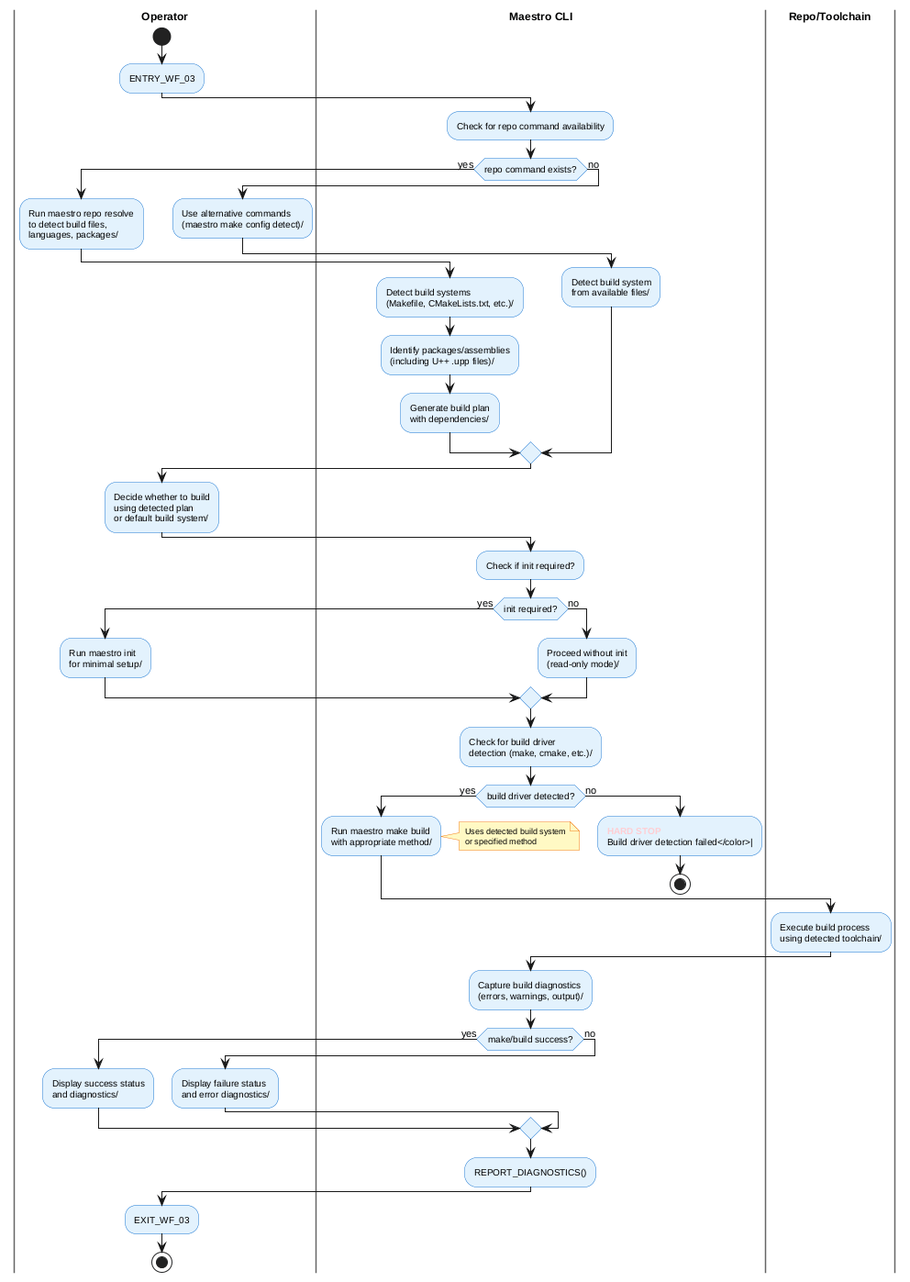
This is docs/workflows/scenario_03_readonly_repo_inspect_build.png from SeppoPakonen/Maestro, a PlantUML export, as it was before one commit. The source it was exported from:
```plantuml
@startuml
!include _shared.puml

|Operator|
start
:ENTRY_WF_03;

|Maestro CLI|
:Check for repo command availability;

if (repo command exists?) then (yes)
  |Operator|
  :Run maestro repo resolve
  to detect build files,
  languages, packages/;

  |Maestro CLI|
  :Detect build systems
  (Makefile, CMakeLists.txt, etc.)/;

  |Maestro CLI|
  :Identify packages/assemblies
  (including U++ .upp files)/;

  |Maestro CLI|
  :Generate build plan
  with dependencies/;
else (no)
  |Operator|
  :Use alternative commands
  (maestro make config detect)/;

  |Maestro CLI|
  :Detect build system
  from available files/;
endif

|Operator|
:Decide whether to build
using detected plan
or default build system/;

|Maestro CLI|
:Check if init required?;

if (init required?) then (yes)
  |Operator|
  :Run maestro init
  for minimal setup/;
else (no)
  |Maestro CLI|
  :Proceed without init
  (read-only mode)/;
endif

|Maestro CLI|
:Check for build driver
detection (make, cmake, etc.)/;

if (build driver detected?) then (yes)
  |Maestro CLI|
  :Run maestro make build
  with appropriate method/;

  note right: Uses detected build system\nor specified method
else (no)
  |Maestro CLI|
  :<color:#FFCDD2><b>HARD STOP</b>
  Build driver detection failed</color>|;
  stop
endif

|Repo/Toolchain|
:Execute build process
using detected toolchain/;

|Maestro CLI|
:Capture build diagnostics
(errors, warnings, output)/;

if (make/build success?) then (yes)
  |Operator|
  :Display success status
  and diagnostics/;
else (no)
  |Operator|
  :Display failure status
  and error diagnostics/;
endif

|Maestro CLI|
:REPORT_DIAGNOSTICS();

|Operator|
:EXIT_WF_03;
stop

@enduml
```
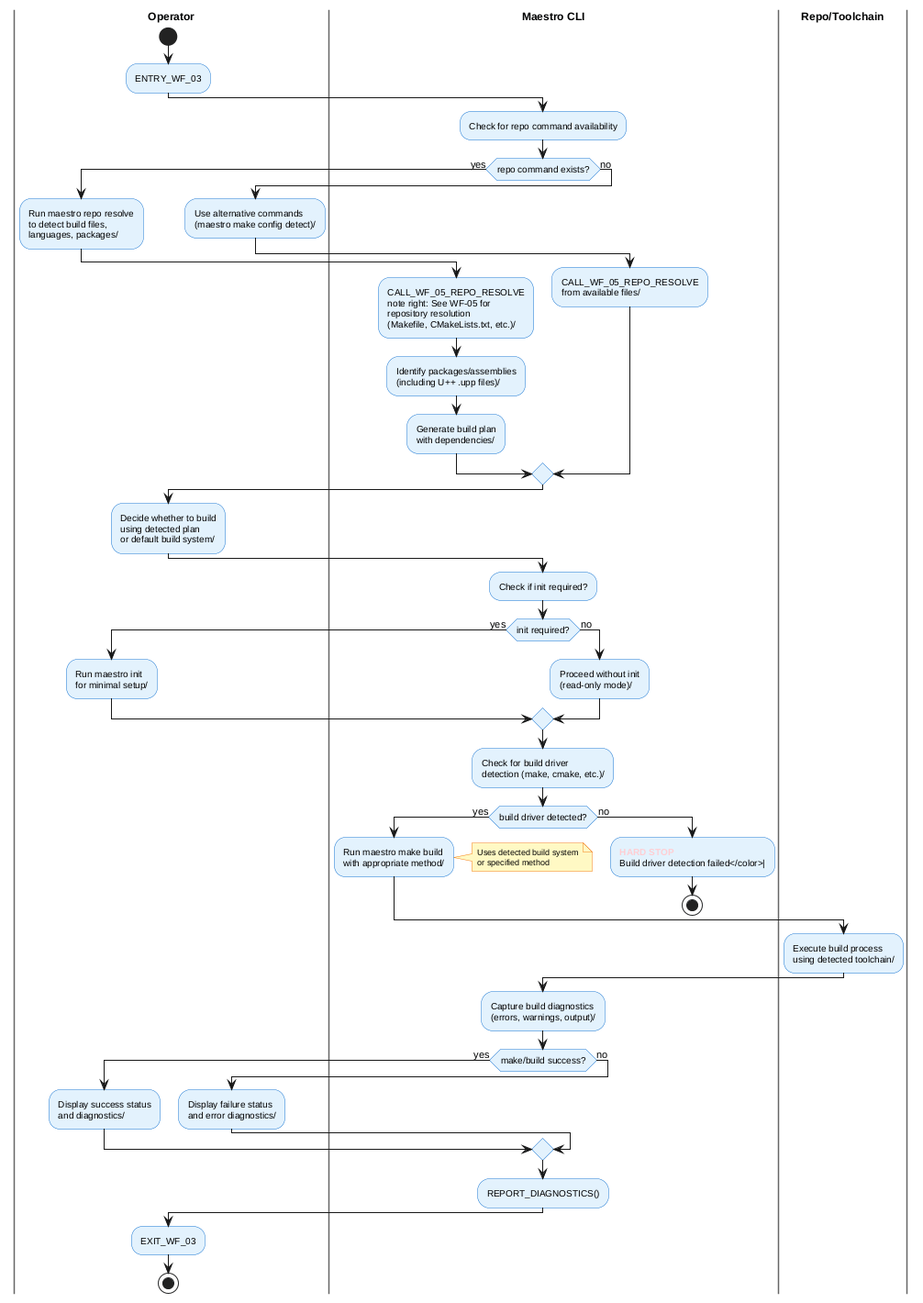
After the change.

Diff of the diagram source:
```diff
@@ -15,7 +15,9 @@
   languages, packages/;
 
   |Maestro CLI|
-  :Detect build systems
+  :CALL_WF_05_REPO_RESOLVE
+  note right: See WF-05 for
+  repository resolution
   (Makefile, CMakeLists.txt, etc.)/;
 
   |Maestro CLI|
@@ -31,7 +33,7 @@
   (maestro make config detect)/;
 
   |Maestro CLI|
-  :Detect build system
+  :CALL_WF_05_REPO_RESOLVE
   from available files/;
 endif
 
```
